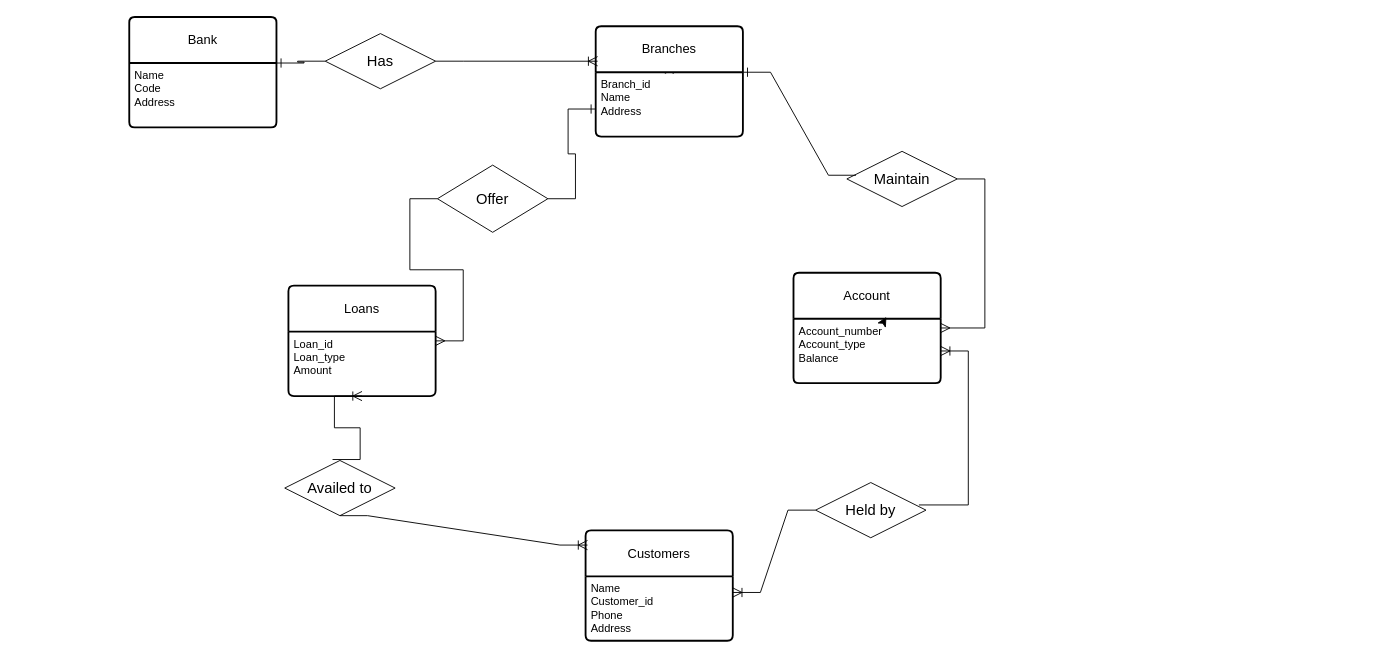
The draw.io diagram src/Untitled Diagram.drawio in ElormCodes1/javay2s1, before the edit. Source tidied: cells renumbered, new cells numbered last; positions are measured from the earlier drawing's top-left corner, leaving out a move shared by most shapes. Both pictures are drawn from the tidied source at 92%, with x=0, y=0 at pixel (129, 17).
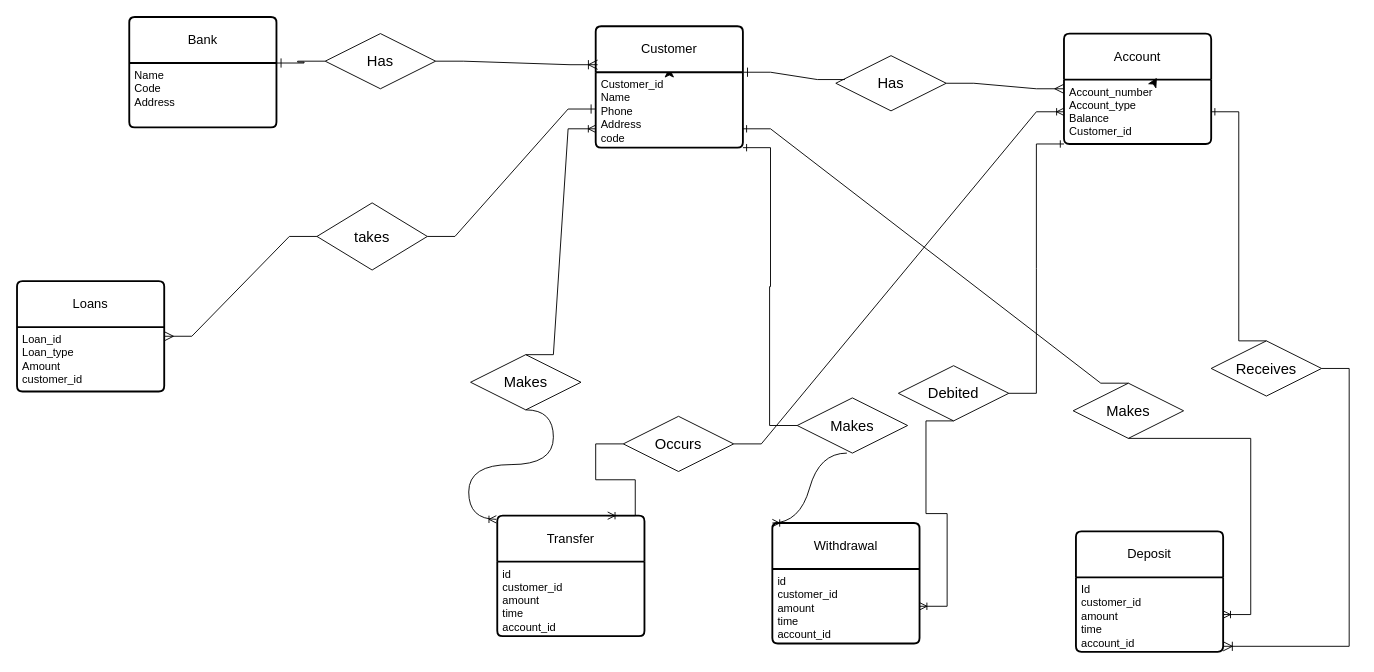
After the change.

Commit message:
added new tables and rows

The edit, as a diff of the source:
```diff
@@
     <mxCell id="3" value="Account" style="swimlane;horizontal=1;startSize=50;rounded=1;fontSize=14;fontStyle=0;strokeWidth=2;shadow=0;dashed=0;align=center;arcSize=4;whiteSpace=wrap;html=1;" parent="1" vertex="1">
-      <mxGeometry x="722" y="278" width="160" height="120" as="geometry" />
+      <mxGeometry x="1016" y="18" width="160" height="120" as="geometry" />
     </mxCell>
-    <mxCell id="4" value="Account_number&lt;br&gt;Account_type&lt;br&gt;Balance" style="align=left;strokeColor=none;fillColor=none;spacingLeft=4;fontSize=12;verticalAlign=top;html=1;" parent="3" vertex="1">
+    <mxCell id="4" value="Account_number&lt;br&gt;Account_type&lt;br&gt;Balance&lt;br&gt;Customer_id" style="align=left;strokeColor=none;fillColor=none;spacingLeft=4;fontSize=12;verticalAlign=top;html=1;" parent="3" vertex="1">
       <mxGeometry y="50" width="160" height="70" as="geometry" />
     </mxCell>
@@
     <mxCell id="6" value="Loans" style="swimlane;horizontal=1;startSize=50;rounded=1;fontSize=14;fontStyle=0;strokeWidth=2;shadow=0;dashed=0;align=center;arcSize=4;whiteSpace=wrap;html=1;" parent="1" vertex="1">
-      <mxGeometry x="173" y="292" width="160" height="120" as="geometry" />
+      <mxGeometry x="-122" y="287" width="160" height="120" as="geometry" />
     </mxCell>
-    <mxCell id="7" value="Loan_id&lt;br&gt;Loan_type&lt;br&gt;Amount" style="align=left;strokeColor=none;fillColor=none;spacingLeft=4;fontSize=12;verticalAlign=top;html=1;" parent="6" vertex="1">
+    <mxCell id="7" value="Loan_id&lt;br&gt;Loan_type&lt;br&gt;Amount&lt;br&gt;customer_id" style="align=left;strokeColor=none;fillColor=none;spacingLeft=4;fontSize=12;verticalAlign=top;html=1;" parent="6" vertex="1">
       <mxGeometry y="50" width="160" height="70" as="geometry" />
     </mxCell>
-    <mxCell id="8" value="Customers" style="swimlane;horizontal=1;startSize=50;rounded=1;fontSize=14;fontStyle=0;strokeWidth=2;shadow=0;dashed=0;align=center;arcSize=4;whiteSpace=wrap;html=1;" parent="1" vertex="1">
-      <mxGeometry x="496" y="558" width="160" height="120" as="geometry" />
+    <mxCell id="8" value="Deposit" style="swimlane;horizontal=1;startSize=50;rounded=1;fontSize=14;fontStyle=0;strokeWidth=2;shadow=0;dashed=0;align=center;arcSize=4;whiteSpace=wrap;html=1;" parent="1" vertex="1">
+      <mxGeometry x="1029" y="559" width="160" height="131" as="geometry" />
     </mxCell>
-    <mxCell id="9" value="Name&lt;br&gt;Customer_id&lt;br&gt;Phone&lt;br&gt;Address" style="align=left;strokeColor=none;fillColor=none;spacingLeft=4;fontSize=12;verticalAlign=top;html=1;" parent="8" vertex="1">
-      <mxGeometry y="50" width="160" height="70" as="geometry" />
+    <mxCell id="9" value="Id&lt;br&gt;customer_id&lt;br&gt;amount&lt;br&gt;time&lt;br&gt;account_id&lt;br&gt;" style="align=left;strokeColor=none;fillColor=none;spacingLeft=4;fontSize=12;verticalAlign=top;html=1;" parent="8" vertex="1">
+      <mxGeometry y="50" width="160" height="81" as="geometry" />
     </mxCell>
-    <mxCell id="10" value="Branches" style="swimlane;horizontal=1;startSize=50;rounded=1;fontSize=14;fontStyle=0;strokeWidth=2;shadow=0;dashed=0;align=center;arcSize=4;whiteSpace=wrap;html=1;" parent="1" vertex="1">
-      <mxGeometry x="507" y="10" width="160" height="120" as="geometry" />
+    <mxCell id="10" value="Customer" style="swimlane;horizontal=1;startSize=50;rounded=1;fontSize=14;fontStyle=0;strokeWidth=2;shadow=0;dashed=0;align=center;arcSize=4;whiteSpace=wrap;html=1;" parent="1" vertex="1">
+      <mxGeometry x="507" y="10" width="160" height="132" as="geometry" />
     </mxCell>
-    <mxCell id="11" value="Branch_id&lt;br&gt;Name&lt;br&gt;Address" style="align=left;strokeColor=none;fillColor=none;spacingLeft=4;fontSize=12;verticalAlign=top;html=1;" parent="10" vertex="1">
-      <mxGeometry y="50" width="160" height="70" as="geometry" />
+    <mxCell id="11" value="Customer_id&lt;br&gt;Name&lt;br&gt;Phone&lt;br&gt;Address&lt;br&gt;code" style="align=left;strokeColor=none;fillColor=none;spacingLeft=4;fontSize=12;verticalAlign=top;html=1;" parent="10" vertex="1">
+      <mxGeometry y="50" width="160" height="82" as="geometry" />
     </mxCell>
@@
-    <mxCell id="15" value="Offer" style="shape=rhombus;perimeter=rhombusPerimeter;whiteSpace=wrap;html=1;align=center;fontSize=16;rotation=0;" parent="1" vertex="1">
-      <mxGeometry x="335" y="161" width="120" height="73" as="geometry" />
+    <mxCell id="15" value="takes" style="shape=rhombus;perimeter=rhombusPerimeter;whiteSpace=wrap;html=1;align=center;fontSize=16;rotation=0;" parent="1" vertex="1">
+      <mxGeometry x="204" y="202" width="120" height="73" as="geometry" />
     </mxCell>
-    <mxCell id="16" value="Maintain" style="shape=rhombus;perimeter=rhombusPerimeter;whiteSpace=wrap;html=1;align=center;fontSize=16;rotation=0;" parent="1" vertex="1">
-      <mxGeometry x="780" y="146" width="120" height="60" as="geometry" />
+    <mxCell id="16" value="Has" style="shape=rhombus;perimeter=rhombusPerimeter;whiteSpace=wrap;html=1;align=center;fontSize=16;rotation=0;" parent="1" vertex="1">
+      <mxGeometry x="768" y="42" width="120" height="60" as="geometry" />
     </mxCell>
-    <mxCell id="17" value="Held by" style="shape=rhombus;perimeter=rhombusPerimeter;whiteSpace=wrap;html=1;align=center;fontSize=16;rotation=0;" parent="1" vertex="1">
-      <mxGeometry x="746" y="506" width="120" height="60" as="geometry" />
+    <mxCell id="17" value="Receives" style="shape=rhombus;perimeter=rhombusPerimeter;whiteSpace=wrap;html=1;align=center;fontSize=16;rotation=0;" parent="1" vertex="1">
+      <mxGeometry x="1176" y="352" width="120" height="60" as="geometry" />
     </mxCell>
-    <mxCell id="18" value="Availed to" style="shape=rhombus;perimeter=rhombusPerimeter;whiteSpace=wrap;html=1;align=center;fontSize=16;rotation=0;" parent="1" vertex="1">
-      <mxGeometry x="169" y="482" width="120" height="60" as="geometry" />
-    </mxCell>
@@
-    <mxCell id="25" style="edgeStyle=entityRelationEdgeStyle;fontSize=12;html=1;endArrow=ERoneToMany;rounded=0;startSize=8;endSize=8;entryX=0.5;entryY=1;entryDx=0;entryDy=0;exitX=0.433;exitY=-0.017;exitDx=0;exitDy=0;exitPerimeter=0;" parent="1" edge="1" source="18" target="7">
-      <mxGeometry relative="1" as="geometry" />
-    </mxCell>
-    <mxCell id="26" style="edgeStyle=entityRelationEdgeStyle;fontSize=12;html=1;endArrow=ERoneToMany;rounded=0;startSize=8;endSize=8;entryX=0.013;entryY=0.133;entryDx=0;entryDy=0;entryPerimeter=0;exitX=0.5;exitY=1;exitDx=0;exitDy=0;" parent="1" edge="1" source="18" target="8">
-      <mxGeometry relative="1" as="geometry" />
-    </mxCell>
+    <mxCell id="28" style="edgeStyle=entityRelationEdgeStyle;fontSize=12;html=1;endArrow=ERoneToMany;rounded=0;startSize=8;endSize=8;entryX=1;entryY=0.926;entryDx=0;entryDy=0;entryPerimeter=0;" parent="1" edge="1" source="17" target="9">
+      <mxGeometry relative="1" as="geometry" />
+    </mxCell>
+    <mxCell id="29" value="Withdrawal" style="swimlane;horizontal=1;startSize=50;rounded=1;fontSize=14;fontStyle=0;strokeWidth=2;shadow=0;dashed=0;align=center;arcSize=4;whiteSpace=wrap;html=1;" parent="1" vertex="1">
+      <mxGeometry x="699" y="550" width="160" height="131" as="geometry" />
+    </mxCell>
+    <mxCell id="30" value="id&lt;br&gt;customer_id&lt;br&gt;amount&lt;br&gt;time&lt;br&gt;account_id" style="align=left;strokeColor=none;fillColor=none;spacingLeft=4;fontSize=12;verticalAlign=top;html=1;" parent="29" vertex="1">
+      <mxGeometry y="50" width="160" height="81" as="geometry" />
+    </mxCell>
+    <mxCell id="31" value="Transfer" style="swimlane;horizontal=1;startSize=50;rounded=1;fontSize=14;fontStyle=0;strokeWidth=2;shadow=0;dashed=0;align=center;arcSize=4;whiteSpace=wrap;html=1;" parent="1" vertex="1">
+      <mxGeometry x="400" y="542" width="160" height="131" as="geometry" />
+    </mxCell>
+    <mxCell id="32" value="id&lt;br&gt;customer_id&lt;br&gt;amount&lt;br&gt;time&lt;br&gt;account_id" style="align=left;strokeColor=none;fillColor=none;spacingLeft=4;fontSize=12;verticalAlign=top;html=1;" parent="31" vertex="1">
+      <mxGeometry y="50" width="160" height="81" as="geometry" />
+    </mxCell>
+    <mxCell id="33" value="Makes" style="shape=rhombus;perimeter=rhombusPerimeter;whiteSpace=wrap;html=1;align=center;fontSize=16;rotation=0;" parent="1" vertex="1">
+      <mxGeometry x="371" y="367" width="120" height="60" as="geometry" />
+    </mxCell>
+    <mxCell id="34" value="Occurs" style="shape=rhombus;perimeter=rhombusPerimeter;whiteSpace=wrap;html=1;align=center;fontSize=16;rotation=0;" parent="1" vertex="1">
+      <mxGeometry x="537" y="434" width="120" height="60" as="geometry" />
+    </mxCell>
+    <mxCell id="35" value="Makes" style="shape=rhombus;perimeter=rhombusPerimeter;whiteSpace=wrap;html=1;align=center;fontSize=16;rotation=0;" parent="1" vertex="1">
+      <mxGeometry x="726" y="414" width="120" height="60" as="geometry" />
+    </mxCell>
+    <mxCell id="36" value="Debited" style="shape=rhombus;perimeter=rhombusPerimeter;whiteSpace=wrap;html=1;align=center;fontSize=16;rotation=0;" parent="1" vertex="1">
+      <mxGeometry x="836" y="379" width="120" height="60" as="geometry" />
+    </mxCell>
+    <mxCell id="37" value="Makes" style="shape=rhombus;perimeter=rhombusPerimeter;whiteSpace=wrap;html=1;align=center;fontSize=16;rotation=0;" parent="1" vertex="1">
+      <mxGeometry x="1026" y="398" width="120" height="60" as="geometry" />
+    </mxCell>
-    <mxCell id="27" style="edgeStyle=entityRelationEdgeStyle;fontSize=12;html=1;endArrow=ERoneToMany;rounded=0;startSize=8;endSize=8;exitX=0.936;exitY=0.406;exitDx=0;exitDy=0;exitPerimeter=0;" parent="1" edge="1" source="17" target="4">
+    <mxCell id="27" style="edgeStyle=entityRelationEdgeStyle;fontSize=12;html=1;endArrow=ERone;endFill=1;rounded=0;entryX=1;entryY=0.5;entryDx=0;entryDy=0;exitX=0.5;exitY=0;exitDx=0;exitDy=0;" parent="1" edge="1" source="17" target="4">
       <mxGeometry relative="1" as="geometry" />
     </mxCell>
-    <mxCell id="28" style="edgeStyle=entityRelationEdgeStyle;fontSize=12;html=1;endArrow=ERoneToMany;rounded=0;startSize=8;endSize=8;entryX=1;entryY=0.25;entryDx=0;entryDy=0;" parent="1" edge="1" source="17" target="9">
-      <mxGeometry relative="1" as="geometry" />
-    </mxCell>
+    <mxCell id="38" style="edgeStyle=entityRelationEdgeStyle;fontSize=12;html=1;endArrow=ERoneToMany;rounded=0;exitX=0.5;exitY=1;exitDx=0;exitDy=0;" parent="1" edge="1" source="37" target="9">
+      <mxGeometry relative="1" as="geometry" />
+    </mxCell>
+    <mxCell id="39" style="edgeStyle=entityRelationEdgeStyle;fontSize=12;html=1;endArrow=ERone;endFill=1;rounded=0;exitX=0.5;exitY=0;exitDx=0;exitDy=0;entryX=1;entryY=0.75;entryDx=0;entryDy=0;" parent="1" edge="1" source="37" target="11">
+      <mxGeometry relative="1" as="geometry" />
+    </mxCell>
+    <mxCell id="40" style="edgeStyle=entityRelationEdgeStyle;fontSize=12;html=1;endArrow=ERone;endFill=1;rounded=0;entryX=0;entryY=1;entryDx=0;entryDy=0;" parent="1" edge="1" source="36" target="4">
+      <mxGeometry relative="1" as="geometry" />
+    </mxCell>
+    <mxCell id="41" style="edgeStyle=entityRelationEdgeStyle;fontSize=12;html=1;endArrow=ERoneToMany;rounded=0;exitX=0.5;exitY=1;exitDx=0;exitDy=0;" parent="1" edge="1" source="36" target="30">
+      <mxGeometry relative="1" as="geometry" />
+    </mxCell>
+    <mxCell id="42" style="edgeStyle=entityRelationEdgeStyle;fontSize=12;html=1;endArrow=ERone;endFill=1;rounded=0;entryX=1;entryY=1;entryDx=0;entryDy=0;exitX=0;exitY=0.5;exitDx=0;exitDy=0;" parent="1" edge="1" source="35" target="11">
+      <mxGeometry relative="1" as="geometry" />
+    </mxCell>
+    <mxCell id="43" style="edgeStyle=entityRelationEdgeStyle;fontSize=12;html=1;endArrow=ERoneToMany;exitX=0.45;exitY=1;exitDx=0;exitDy=0;exitPerimeter=0;curved=1;entryX=0;entryY=0;entryDx=0;entryDy=0;" parent="1" edge="1" source="35" target="29">
+      <mxGeometry relative="1" as="geometry" />
+    </mxCell>
+    <mxCell id="44" style="edgeStyle=entityRelationEdgeStyle;fontSize=12;html=1;endArrow=ERoneToMany;rounded=0;" parent="1" edge="1" source="34" target="4">
+      <mxGeometry relative="1" as="geometry" />
+    </mxCell>
+    <mxCell id="45" style="edgeStyle=entityRelationEdgeStyle;fontSize=12;html=1;endArrow=ERoneToMany;rounded=0;exitX=0;exitY=0.5;exitDx=0;exitDy=0;entryX=0.75;entryY=0;entryDx=0;entryDy=0;" parent="1" edge="1" source="34" target="31">
+      <mxGeometry relative="1" as="geometry" />
+    </mxCell>
+    <mxCell id="46" style="edgeStyle=entityRelationEdgeStyle;fontSize=12;html=1;endArrow=ERoneToMany;exitX=0.5;exitY=1;exitDx=0;exitDy=0;curved=1;" parent="1" edge="1" source="33">
+      <mxGeometry relative="1" as="geometry">
+        <mxPoint x="399" y="546" as="targetPoint" />
+      </mxGeometry>
+    </mxCell>
+    <mxCell id="47" style="edgeStyle=entityRelationEdgeStyle;fontSize=12;html=1;endArrow=ERoneToMany;rounded=0;entryX=0;entryY=0.75;entryDx=0;entryDy=0;exitX=0.5;exitY=0;exitDx=0;exitDy=0;" parent="1" edge="1" source="33" target="11">
+      <mxGeometry relative="1" as="geometry" />
+    </mxCell>
```
